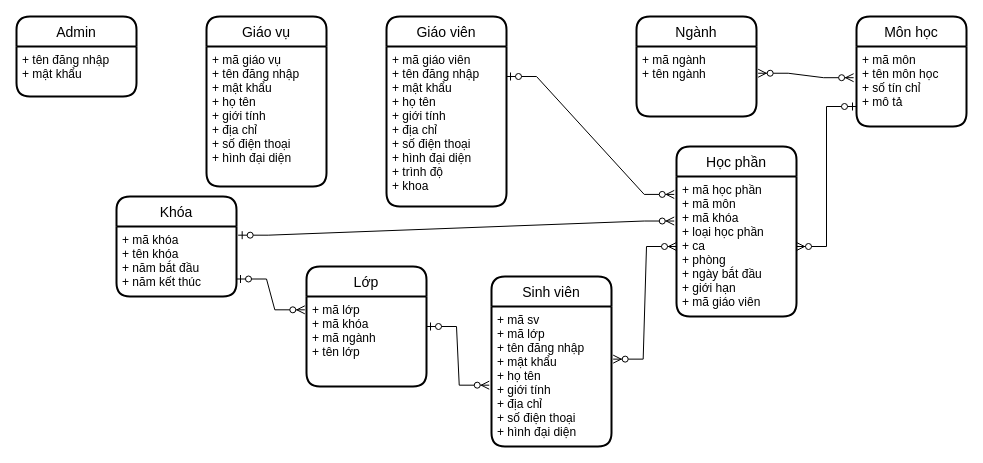
Above: page "Page-1" (1 of 3) of documents/sơ đồ thực thể QLHV.drawio in buianhtai1205/Quan_Ly_Hoc_Vien (draw.io), before the change. Source tidied: cells renumbered, new cells numbered last; positions are measured from the earlier drawing's top-left corner, leaving out a move shared by most shapes. Both pictures are drawn from the tidied source at 100%, with x=0, y=0 at pixel (16, 16).
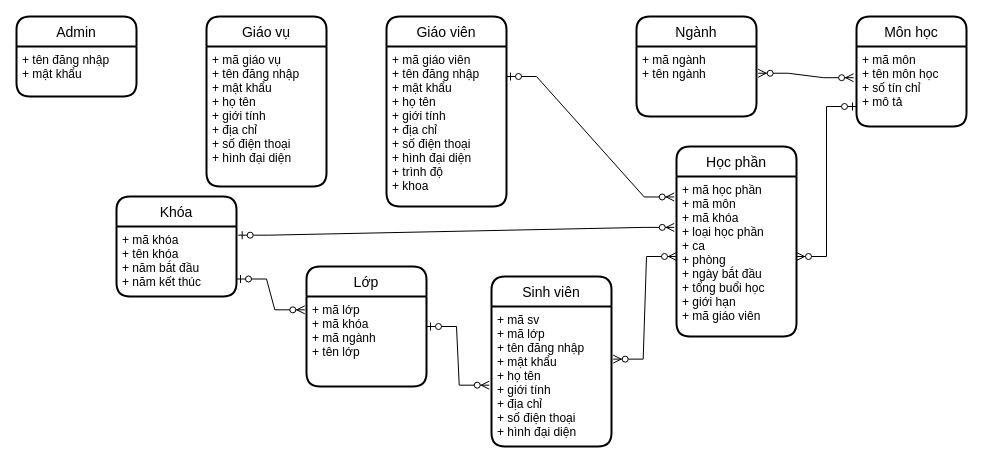
Above is the later version.

Diff of the diagram source:
```diff
@@
     <mxCell id="17" value="Học phần" style="swimlane;horizontal=1;startSize=30;rounded=1;fontSize=14;fontStyle=0;strokeWidth=2;shadow=0;dashed=0;align=center;" parent="1" vertex="1">
-      <mxGeometry x="660" y="130" width="120" height="170" as="geometry" />
+      <mxGeometry x="660" y="130" width="120" height="190" as="geometry" />
     </mxCell>
-    <mxCell id="18" value="+ mã học phần&#10;+ mã môn&#10;+ mã khóa&#10;+ loại học phần&#10;+ ca&#10;+ phòng&#10;+ ngày bắt đầu&#10;+ giới hạn&#10;+ mã giáo viên" style="align=left;strokeColor=none;fillColor=none;spacingLeft=4;fontSize=12;verticalAlign=top;" parent="17" vertex="1">
-      <mxGeometry y="30" width="120" height="140" as="geometry" />
+    <mxCell id="18" value="+ mã học phần&#10;+ mã môn&#10;+ mã khóa&#10;+ loại học phần&#10;+ ca&#10;+ phòng&#10;+ ngày bắt đầu&#10;+ tổng buổi học&#10;+ giới hạn&#10;+ mã giáo viên" style="align=left;strokeColor=none;fillColor=none;spacingLeft=4;fontSize=12;verticalAlign=top;" parent="17" vertex="1">
+      <mxGeometry y="30" width="120" height="160" as="geometry" />
     </mxCell>
```
